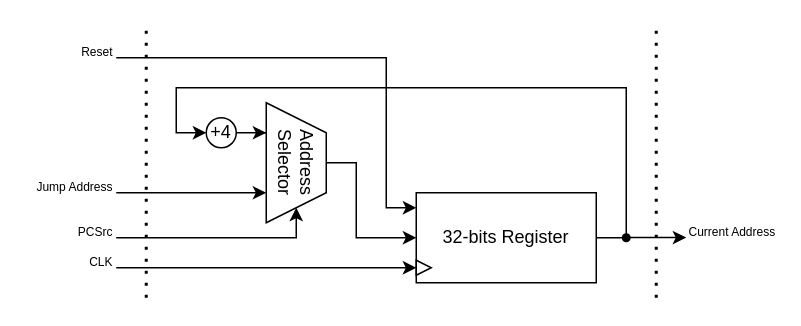
Earlier version of the draw.io diagram page "Program Counter" (3 of 11) of docs/imgs/hardware_design/Component.drawio (WachirawichN/C0-CPU). Source tidied: cells renumbered, new cells numbered last; positions are measured from the earlier drawing's top-left corner, leaving out a move shared by most shapes. Both pictures are drawn from the tidied source at 150%, with x=0, y=0 at pixel (26, 27).
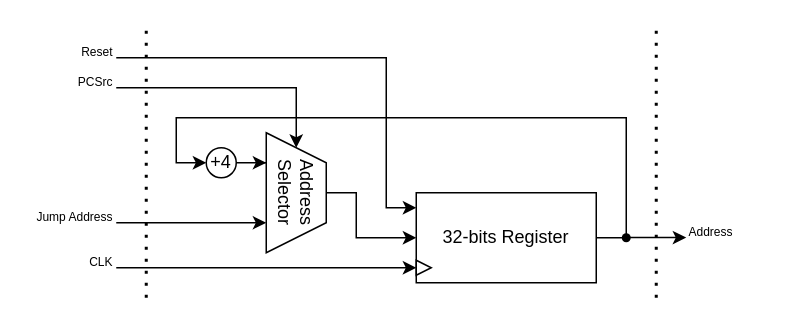
The same page after the edit.

The change refers to these unchanged cells:
```xml
<mxCell id="21" value="32-bits Register" style="rounded=0;whiteSpace=wrap;html=1;" parent="20" vertex="1">
  <mxGeometry width="120" height="60" as="geometry" />
</mxCell>
```

What changed in the source:
```diff
@@
     <mxCell id="2" style="edgeStyle=orthogonalEdgeStyle;rounded=0;jettySize=auto;html=1;entryX=0;entryY=0.5;entryDx=0;entryDy=0;exitX=1;exitY=0.5;exitDx=0;exitDy=0;" parent="1" edge="1" source="21" target="6">
       <mxGeometry relative="1" as="geometry">
         <Array as="points">
           <mxPoint x="400" y="140" />
-          <mxPoint x="400" y="40" />
-          <mxPoint x="100" y="40" />
-          <mxPoint x="100" y="70" />
+          <mxPoint x="400" y="60" />
+          <mxPoint x="100" y="60" />
+          <mxPoint x="100" y="90" />
         </Array>
       </mxGeometry>
     </mxCell>
     <mxCell id="3" value="Address Selector" style="shape=trapezoid;perimeter=trapezoidPerimeter;whiteSpace=wrap;html=1;shapeInside=1;fixedSize=1;rotation=90;" parent="1" vertex="1">
-      <mxGeometry x="140" y="70" width="80" height="40" as="geometry" />
+      <mxGeometry x="140" y="90" width="80" height="40" as="geometry" />
     </mxCell>
     <mxCell id="4" style="edgeStyle=orthogonalEdgeStyle;rounded=0;jettySize=auto;html=1;exitX=0.5;exitY=0;exitDx=0;exitDy=0;entryX=0;entryY=0.5;entryDx=0;entryDy=0;" parent="1" edge="1" source="3" target="21">
       <mxGeometry relative="1" as="geometry">
         <Array as="points">
-          <mxPoint x="220" y="90" />
+          <mxPoint x="220" y="110" />
           <mxPoint x="220" y="140" />
         </Array>
       </mxGeometry>
     </mxCell>
@@
     <mxCell id="6" value="+4" style="ellipse;whiteSpace=wrap;html=1;shapeInside=1;" parent="1" vertex="1">
-      <mxGeometry x="120" y="60" width="20" height="20" as="geometry" />
+      <mxGeometry x="120" y="80" width="20" height="20" as="geometry" />
     </mxCell>
@@
     <mxCell id="8" style="endArrow=classic;html=1;rounded=0;entryX=0.75;entryY=1;entryDx=0;entryDy=0;" parent="1" edge="1" target="3">
       <mxGeometry relative="1" as="geometry">
-        <mxPoint x="60" y="110" as="sourcePoint" />
+        <mxPoint x="60" y="130" as="sourcePoint" />
       </mxGeometry>
     </mxCell>
@@
-    <mxCell id="10" style="endArrow=classic;html=1;rounded=0;entryX=1;entryY=0.5;entryDx=0;entryDy=0;" parent="1" edge="1" target="3">
+    <mxCell id="10" style="endArrow=classic;html=1;rounded=0;entryX=0;entryY=0.5;entryDx=0;entryDy=0;exitX=1;exitY=1;exitDx=0;exitDy=0;" parent="1" edge="1" source="15" target="3">
       <mxGeometry relative="1" as="geometry">
-        <mxPoint x="60" y="140" as="sourcePoint" />
         <Array as="points">
-          <mxPoint x="180" y="140" />
+          <mxPoint x="180" y="40" />
         </Array>
       </mxGeometry>
     </mxCell>
@@
     <mxCell id="14" value="&lt;font style=&quot;font-size: 8px;&quot;&gt;Jump Address&lt;/font&gt;" style="text;html=1;whiteSpace=wrap;strokeColor=none;fillColor=none;align=right;verticalAlign=middle;rounded=0;" parent="1" vertex="1">
-      <mxGeometry y="100" width="60" height="10" as="geometry" />
+      <mxGeometry y="120" width="60" height="10" as="geometry" />
     </mxCell>
     <mxCell id="15" value="&lt;font style=&quot;font-size: 8px;&quot;&gt;PCSrc&lt;/font&gt;" style="text;html=1;whiteSpace=wrap;strokeColor=none;fillColor=none;align=right;verticalAlign=middle;rounded=0;" parent="1" vertex="1">
-      <mxGeometry y="130" width="60" height="10" as="geometry" />
+      <mxGeometry y="30" width="60" height="10" as="geometry" />
     </mxCell>
@@
-    <mxCell id="17" value="&lt;font style=&quot;font-size: 8px;&quot;&gt;Current Address&lt;/font&gt;" style="text;html=1;whiteSpace=wrap;strokeColor=none;fillColor=none;align=left;verticalAlign=middle;rounded=0;" parent="1" vertex="1">
+    <mxCell id="17" value="&lt;font style=&quot;font-size: 8px;&quot;&gt;Address&lt;/font&gt;" style="text;html=1;whiteSpace=wrap;strokeColor=none;fillColor=none;align=left;verticalAlign=middle;rounded=0;" parent="1" vertex="1">
       <mxGeometry x="440" y="130" width="60" height="10" as="geometry" />
     </mxCell>
```
